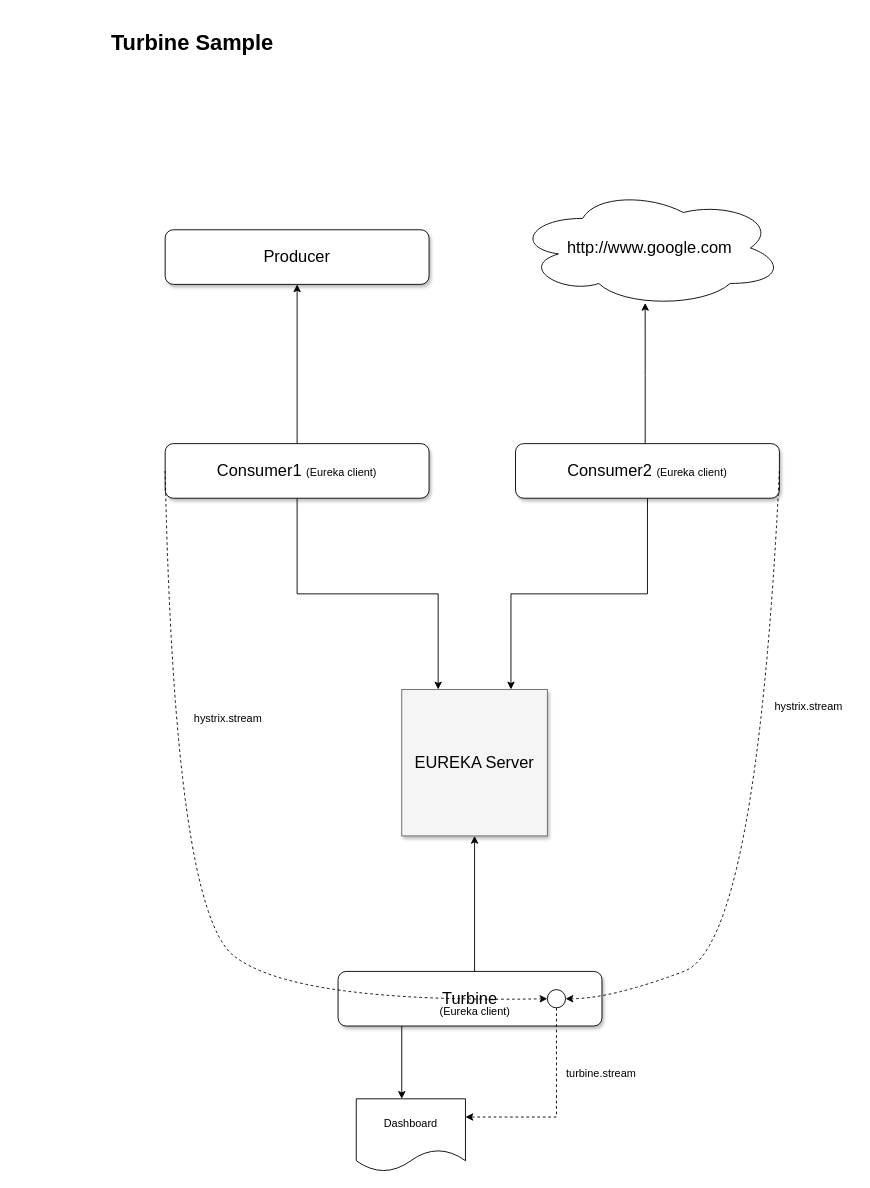
The draw.io diagram turbine-sample.drawio in usmananwar/turbine-sample, before the edit. Source tidied: cells renumbered, new cells numbered last; positions are measured from the earlier drawing's top-left corner, leaving out a move shared by most shapes. Both pictures are drawn from the tidied source at 91%, with x=0, y=0 at pixel (19, 25).
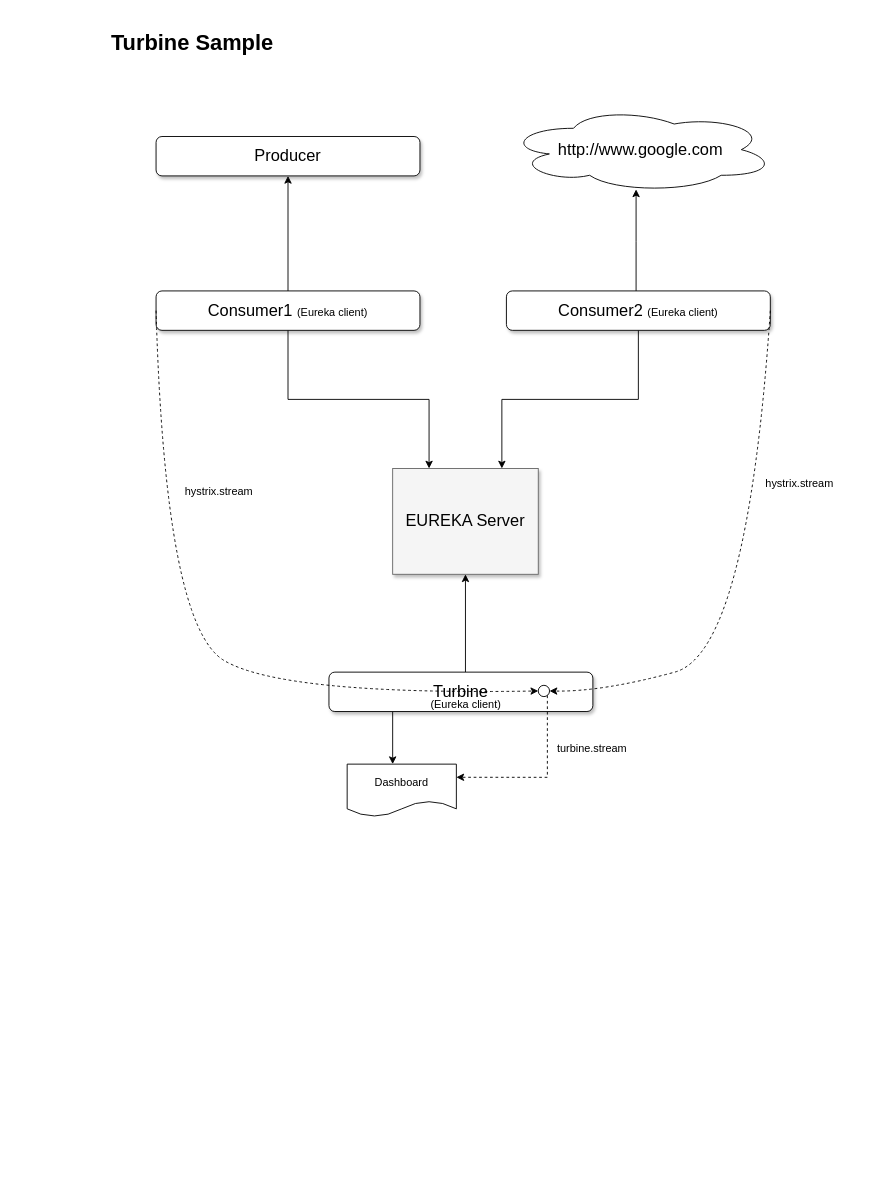
The same page after the edit.

Change to the diagram source:
```diff
@@
+    <mxCell id="24" style="group;" parent="1" vertex="1">
+      <mxGeometry x="150" y="90" width="758" height="780" as="geometry" />
+    </mxCell>
-    <mxCell id="3" value="EUREKA Server" style="whiteSpace=wrap;html=1;shadow=1;fontSize=18;fillColor=#f5f5f5;strokeColor=#666666;" parent="1" vertex="1">
-      <mxGeometry x="420" y="730.1" width="160" height="161" as="geometry" />
+    <mxCell id="3" value="EUREKA Server" style="whiteSpace=wrap;html=1;shadow=1;fontSize=18;fillColor=#f5f5f5;strokeColor=#666666;" parent="24" vertex="1">
+      <mxGeometry x="260" y="397.3" width="160" height="116.3" as="geometry" />
     </mxCell>
-    <mxCell id="4" style="edgeStyle=orthogonalEdgeStyle;rounded=0;jettySize=auto;html=1;entryX=0.483;entryY=0.965;entryDx=0;entryDy=0;entryPerimeter=0;" parent="1" edge="1" source="6" target="11">
-      <mxGeometry relative="1" as="geometry">
-        <Array as="points">
-          <mxPoint x="687" y="385" />
-        </Array>
-      </mxGeometry>
-    </mxCell>
-    <mxCell id="5" style="edgeStyle=orthogonalEdgeStyle;rounded=0;jettySize=auto;html=1;entryX=0.75;entryY=0;entryDx=0;entryDy=0;" parent="1" edge="1" source="6" target="3">
+    <mxCell id="5" style="edgeStyle=orthogonalEdgeStyle;rounded=0;jettySize=auto;html=1;entryX=0.75;entryY=0;entryDx=0;entryDy=0;" parent="24" edge="1" source="6" target="3">
       <mxGeometry relative="1" as="geometry" />
     </mxCell>
-    <mxCell id="6" value="Consumer2&amp;nbsp;&lt;span style=&quot;font-size: 12px&quot;&gt;(Eureka client)&lt;/span&gt;" style="whiteSpace=wrap;html=1;shadow=1;fontSize=18;rounded=1;" parent="1" vertex="1">
-      <mxGeometry x="545" y="460" width="290" height="60" as="geometry" />
+    <mxCell id="6" value="Consumer2&amp;nbsp;&lt;span style=&quot;font-size: 12px&quot;&gt;(Eureka client)&lt;/span&gt;" style="whiteSpace=wrap;html=1;shadow=1;fontSize=18;rounded=1;" parent="24" vertex="1">
+      <mxGeometry x="385" y="202.2" width="290" height="43.3" as="geometry" />
     </mxCell>
-    <mxCell id="7" style="edgeStyle=orthogonalEdgeStyle;rounded=0;jettySize=auto;html=1;entryX=0.5;entryY=1;entryDx=0;entryDy=0;" parent="1" edge="1" source="9" target="10">
-      <mxGeometry relative="1" as="geometry" />
-    </mxCell>
-    <mxCell id="8" style="edgeStyle=orthogonalEdgeStyle;rounded=0;jettySize=auto;html=1;entryX=0.25;entryY=0;entryDx=0;entryDy=0;" parent="1" edge="1" source="9" target="3">
+    <mxCell id="8" style="edgeStyle=orthogonalEdgeStyle;rounded=0;jettySize=auto;html=1;entryX=0.25;entryY=0;entryDx=0;entryDy=0;" parent="24" edge="1" source="9" target="3">
       <mxGeometry relative="1" as="geometry" />
     </mxCell>
-    <mxCell id="9" value="Consumer1 &lt;font style=&quot;font-size: 12px&quot;&gt;(Eureka client)&lt;/font&gt;" style="whiteSpace=wrap;html=1;shadow=1;fontSize=18;rounded=1;" parent="1" vertex="1">
-      <mxGeometry x="160" y="460" width="290" height="60" as="geometry" />
+    <mxCell id="9" value="Consumer1 &lt;font style=&quot;font-size: 12px&quot;&gt;(Eureka client)&lt;/font&gt;" style="whiteSpace=wrap;html=1;shadow=1;fontSize=18;rounded=1;" parent="24" vertex="1">
+      <mxGeometry y="202.2" width="290" height="43.3" as="geometry" />
     </mxCell>
-    <mxCell id="10" value="Producer" style="whiteSpace=wrap;html=1;shadow=1;fontSize=18;rounded=1;" parent="1" vertex="1">
-      <mxGeometry x="160" y="225" width="290" height="60" as="geometry" />
+    <mxCell id="10" value="Producer" style="whiteSpace=wrap;html=1;shadow=1;fontSize=18;rounded=1;" parent="24" vertex="1">
+      <mxGeometry y="32.5" width="290" height="43.3" as="geometry" />
     </mxCell>
+    <mxCell id="7" style="edgeStyle=orthogonalEdgeStyle;rounded=0;jettySize=auto;html=1;entryX=0.5;entryY=1;entryDx=0;entryDy=0;" parent="24" edge="1" source="9" target="10">
+      <mxGeometry relative="1" as="geometry" />
+    </mxCell>
-    <mxCell id="11" value="&lt;span style=&quot;font-size: 18px&quot;&gt;http://www.google.com&lt;/span&gt;" style="ellipse;shape=cloud;whiteSpace=wrap;html=1;" parent="1" vertex="1">
-      <mxGeometry x="545" y="180" width="295" height="130" as="geometry" />
+    <mxCell id="11" value="&lt;span style=&quot;font-size: 18px&quot;&gt;http://www.google.com&lt;/span&gt;" style="ellipse;shape=cloud;whiteSpace=wrap;html=1;" parent="24" vertex="1">
+      <mxGeometry x="385" width="295" height="93.9" as="geometry" />
     </mxCell>
+    <mxCell id="4" style="edgeStyle=orthogonalEdgeStyle;rounded=0;jettySize=auto;html=1;entryX=0.483;entryY=0.965;entryDx=0;entryDy=0;entryPerimeter=0;" parent="24" edge="1" source="6" target="11">
+      <mxGeometry relative="1" as="geometry">
+        <Array as="points">
+          <mxPoint x="527" y="148.1" />
+        </Array>
+      </mxGeometry>
+    </mxCell>
-    <mxCell id="12" style="edgeStyle=orthogonalEdgeStyle;rounded=0;jettySize=auto;html=1;entryX=0.5;entryY=1;entryDx=0;entryDy=0;" parent="1" edge="1" source="14" target="3">
+    <mxCell id="12" style="edgeStyle=orthogonalEdgeStyle;rounded=0;jettySize=auto;html=1;entryX=0.5;entryY=1;entryDx=0;entryDy=0;" parent="24" edge="1" source="14" target="3">
       <mxGeometry relative="1" as="geometry">
         <Array as="points">
-          <mxPoint x="500" y="1100" />
-          <mxPoint x="500" y="1100" />
+          <mxPoint x="340" y="664.4" />
+          <mxPoint x="340" y="664.4" />
         </Array>
       </mxGeometry>
     </mxCell>
-    <mxCell id="13" style="edgeStyle=orthogonalEdgeStyle;rounded=0;jettySize=auto;html=1;" parent="1" edge="1" source="14">
+    <mxCell id="13" style="edgeStyle=orthogonalEdgeStyle;rounded=0;jettySize=auto;html=1;" parent="24" edge="1" source="14">
       <mxGeometry relative="1" as="geometry">
-        <mxPoint x="420" y="1180" as="targetPoint" />
+        <mxPoint x="260" y="722.2" as="targetPoint" />
         <Array as="points">
-          <mxPoint x="420" y="1180" />
+          <mxPoint x="260" y="722.2" />
         </Array>
       </mxGeometry>
     </mxCell>
-    <mxCell id="14" value="Turbine" style="whiteSpace=wrap;html=1;shadow=1;fontSize=18;rounded=1;" parent="1" vertex="1">
-      <mxGeometry x="350" y="1040" width="290" height="60" as="geometry" />
+    <mxCell id="14" value="Turbine" style="whiteSpace=wrap;html=1;shadow=1;fontSize=18;rounded=1;" parent="24" vertex="1">
+      <mxGeometry x="190" y="621.1" width="290" height="43.3" as="geometry" />
     </mxCell>
-    <mxCell id="15" style="curved=1;endArrow=classic;html=1;exitX=0;exitY=0.5;exitDx=0;exitDy=0;dashed=1;entryX=0;entryY=0.5;entryDx=0;entryDy=0;" parent="1" edge="1" source="9" target="20">
+    <mxCell id="15" style="curved=1;endArrow=classic;html=1;exitX=0;exitY=0.5;exitDx=0;exitDy=0;dashed=1;entryX=0;entryY=0.5;entryDx=0;entryDy=0;" parent="24" edge="1" source="9" target="20">
       <mxGeometry relative="1" as="geometry">
         <Array as="points">
-          <mxPoint x="170" y="970" />
-          <mxPoint x="300" y="1075" />
+          <mxPoint x="10" y="570.6" />
+          <mxPoint x="140" y="646.4" />
         </Array>
       </mxGeometry>
     </mxCell>
-    <mxCell id="16" style="curved=1;endArrow=classic;html=1;exitX=1;exitY=0.5;exitDx=0;exitDy=0;entryX=1;entryY=0.5;entryDx=0;entryDy=0;dashed=1;" parent="1" edge="1" source="6" target="20">
+    <mxCell id="16" style="curved=1;endArrow=classic;html=1;exitX=1;exitY=0.5;exitDx=0;exitDy=0;entryX=1;entryY=0.5;entryDx=0;entryDy=0;dashed=1;" parent="24" edge="1" source="6" target="20">
       <mxGeometry relative="1" as="geometry">
         <Array as="points">
-          <mxPoint x="810" y="1010" />
-          <mxPoint x="650" y="1070" />
+          <mxPoint x="650" y="599.4" />
+          <mxPoint x="490" y="642.8" />
         </Array>
       </mxGeometry>
     </mxCell>
-    <mxCell id="17" value="hystrix.stream" style="text;html=1;align=left;verticalAlign=top;spacingTop=-4;" parent="1" vertex="1">
-      <mxGeometry x="828" y="739" width="90" height="20" as="geometry" />
+    <mxCell id="17" value="hystrix.stream" style="text;html=1;align=left;verticalAlign=top;spacingTop=-4;" parent="24" vertex="1">
+      <mxGeometry x="668" y="403.7" width="90" height="20" as="geometry" />
     </mxCell>
-    <mxCell id="18" value="hystrix.stream" style="text;html=1;align=left;verticalAlign=top;spacingTop=-4;" parent="1" vertex="1">
-      <mxGeometry x="190" y="752" width="90" height="20" as="geometry" />
+    <mxCell id="18" value="hystrix.stream" style="text;html=1;align=left;verticalAlign=top;spacingTop=-4;" parent="24" vertex="1">
+      <mxGeometry x="30" y="413.1" width="90" height="20" as="geometry" />
     </mxCell>
-    <mxCell id="19" style="edgeStyle=orthogonalEdgeStyle;rounded=0;jettySize=auto;html=1;dashed=1;entryX=1;entryY=0.25;entryDx=0;entryDy=0;" parent="1" edge="1" source="20" target="21">
-      <mxGeometry relative="1" as="geometry">
-        <Array as="points">
-          <mxPoint x="590" y="1200" />
-        </Array>
-      </mxGeometry>
-    </mxCell>
-    <mxCell id="20" style="ellipse;whiteSpace=wrap;html=1;" parent="1" vertex="1">
-      <mxGeometry x="580" y="1060" width="20" height="20" as="geometry" />
+    <mxCell id="20" style="ellipse;whiteSpace=wrap;html=1;" parent="24" vertex="1">
+      <mxGeometry x="420" y="635.6" width="12.4" height="12.4" as="geometry" />
     </mxCell>
-    <mxCell id="21" value="Dashboard" style="shape=document;whiteSpace=wrap;html=1;boundedLbl=1;" parent="1" vertex="1">
-      <mxGeometry x="370" y="1180" width="120" height="80" as="geometry" />
+    <mxCell id="21" value="Dashboard" style="shape=document;whiteSpace=wrap;html=1;boundedLbl=1;" parent="24" vertex="1">
+      <mxGeometry x="210" y="722.2" width="120" height="57.8" as="geometry" />
     </mxCell>
+    <mxCell id="19" style="edgeStyle=orthogonalEdgeStyle;rounded=0;jettySize=auto;html=1;dashed=1;entryX=1;entryY=0.25;entryDx=0;entryDy=0;" parent="24" edge="1" source="20" target="21">
+      <mxGeometry relative="1" as="geometry">
+        <Array as="points">
+          <mxPoint x="430" y="736.7" />
+        </Array>
+      </mxGeometry>
+    </mxCell>
-    <mxCell id="22" value="turbine.stream" style="text;html=1;align=left;verticalAlign=top;spacingTop=-4;" parent="1" vertex="1">
-      <mxGeometry x="599" y="1142" width="90" height="20" as="geometry" />
+    <mxCell id="22" value="turbine.stream" style="text;html=1;align=left;verticalAlign=top;spacingTop=-4;" parent="24" vertex="1">
+      <mxGeometry x="439" y="694.8" width="90" height="20" as="geometry" />
     </mxCell>
-    <mxCell id="23" value="(Eureka client)" style="text;html=1;" parent="1" vertex="1">
-      <mxGeometry x="460" y="1070" width="100" height="30" as="geometry" />
+    <mxCell id="23" value="(Eureka client)" style="text;html=1;" parent="24" vertex="1">
+      <mxGeometry x="300" y="642.8" width="100" height="21.7" as="geometry" />
     </mxCell>
```
